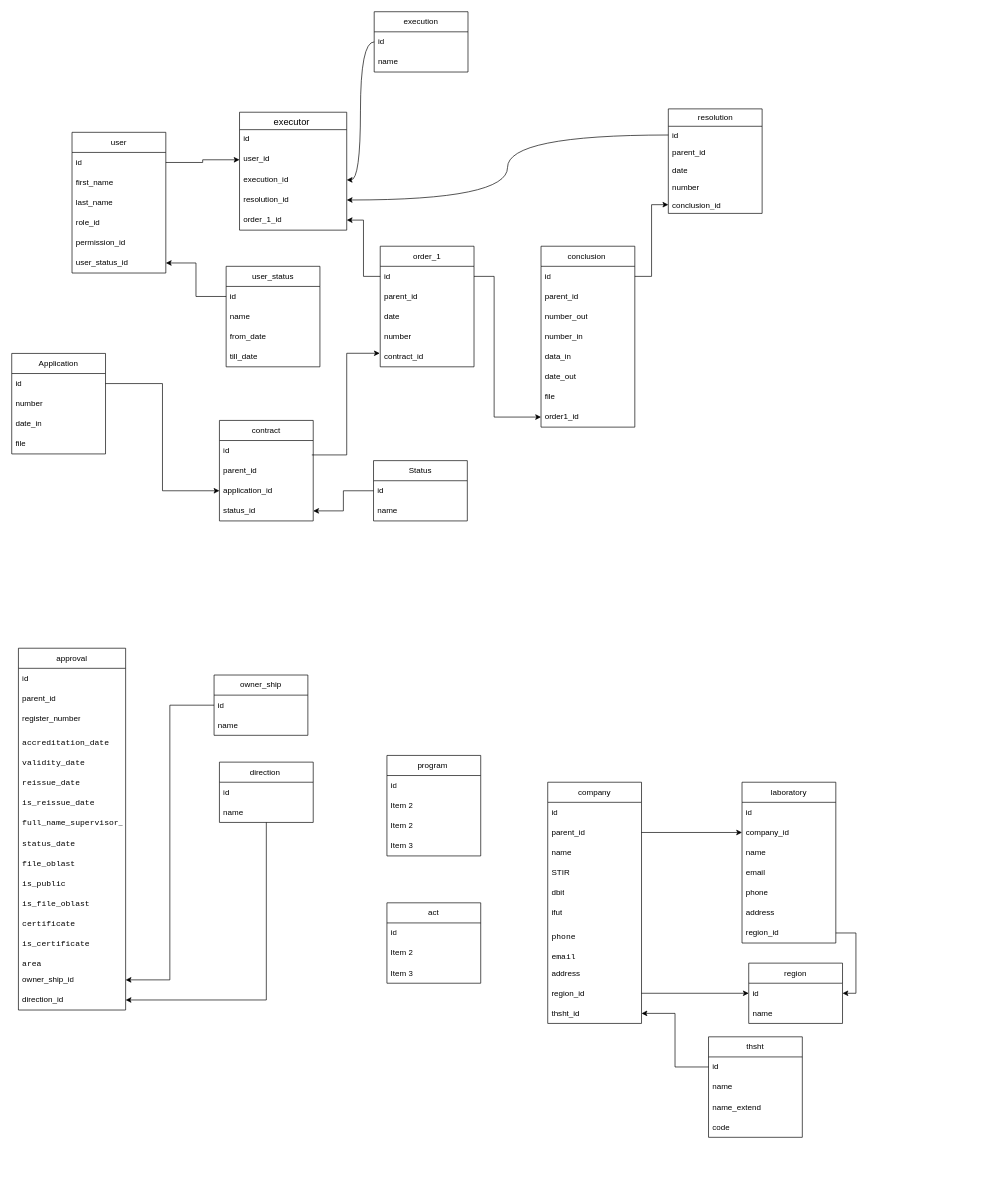
Above: Untitled Diagram.drawio in Javlonbek-dev/Time (draw.io), before the change. Source tidied: cells renumbered, new cells numbered last; positions are measured from the earlier drawing's top-left corner, leaving out a move shared by most shapes. Both pictures are drawn from the tidied source at 67%, with x=0, y=0 at pixel (11, 11).
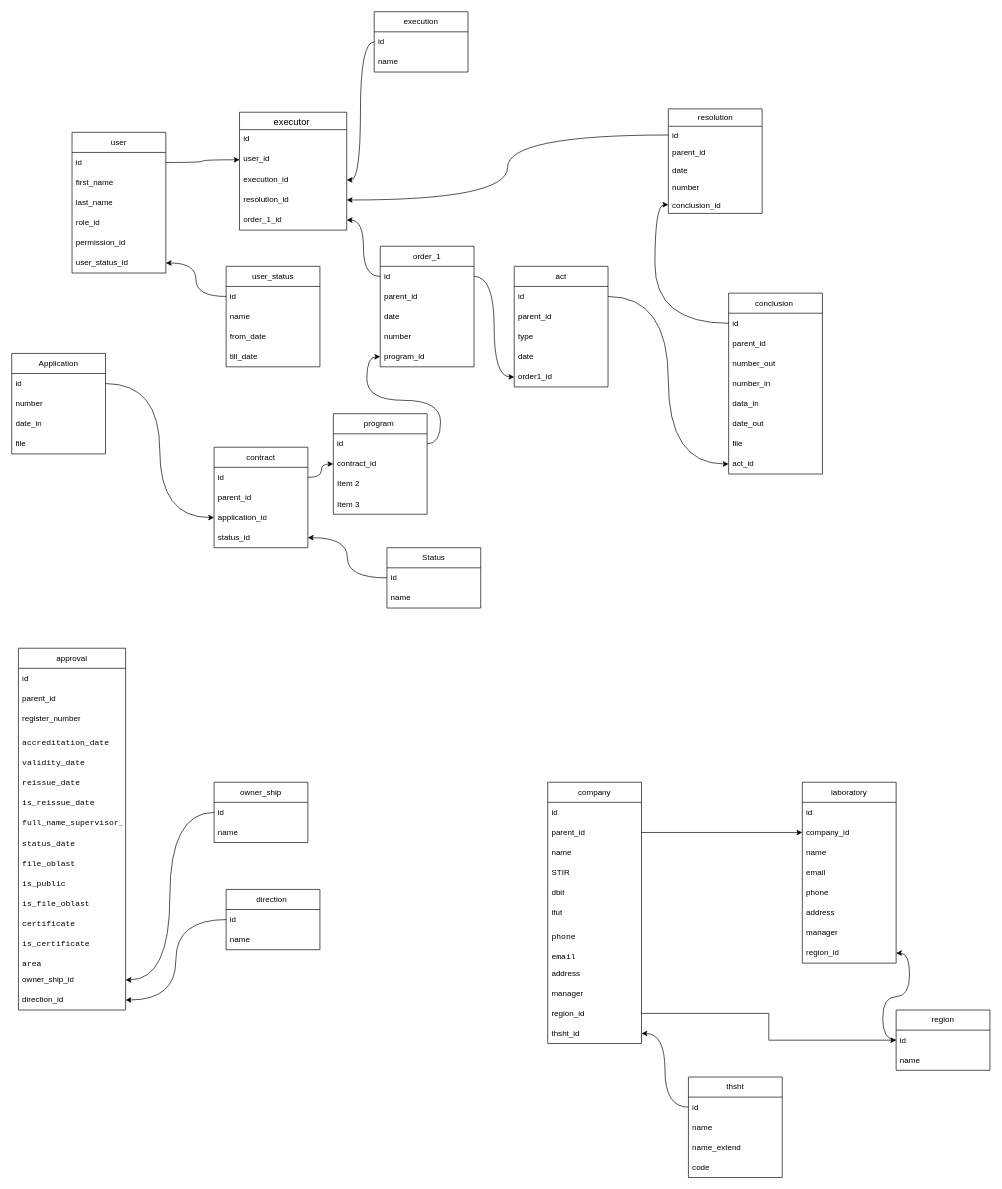
Above is the later version.

The change refers to these unchanged cells:
```xml
<mxCell id="3" value="id" style="text;strokeColor=none;fillColor=none;align=left;verticalAlign=middle;spacingLeft=4;spacingRight=4;overflow=hidden;points=[[0,0.5],[1,0.5]];portConstraint=eastwest;whiteSpace=wrap;html=1;" parent="2" vertex="1">
  <mxGeometry y="30" width="140" height="30" as="geometry" />
</mxCell>
<mxCell id="6" value="id" style="text;strokeColor=none;fillColor=none;align=left;verticalAlign=middle;spacingLeft=4;spacingRight=4;overflow=hidden;points=[[0,0.5],[1,0.5]];portConstraint=eastwest;whiteSpace=wrap;html=1;" parent="5" vertex="1">
  <mxGeometry y="30" width="140" height="30" as="geometry" />
</mxCell>
<mxCell id="11" value="user_status_id" style="text;strokeColor=none;fillColor=none;align=left;verticalAlign=middle;spacingLeft=4;spacingRight=4;overflow=hidden;points=[[0,0.5],[1,0.5]];portConstraint=eastwest;whiteSpace=wrap;html=1;" parent="5" vertex="1">
  <mxGeometry y="180" width="140" height="30" as="geometry" />
</mxCell>
<mxCell id="13" value="id&lt;span style=&quot;white-space: pre;&quot;&gt;&#9;&lt;/span&gt;" style="text;strokeColor=none;fillColor=none;align=left;verticalAlign=middle;spacingLeft=4;spacingRight=4;overflow=hidden;points=[[0,0.5],[1,0.5]];portConstraint=eastwest;whiteSpace=wrap;html=1;" parent="12" vertex="1">
  <mxGeometry y="30" width="140" height="30" as="geometry" />
</mxCell>
<mxCell id="19" value="id" style="text;strokeColor=none;fillColor=none;align=left;verticalAlign=middle;spacingLeft=4;spacingRight=4;overflow=hidden;points=[[0,0.5],[1,0.5]];portConstraint=eastwest;whiteSpace=wrap;html=1;" parent="18" vertex="1">
  <mxGeometry y="30" width="140" height="30" as="geometry" />
</mxCell>
<mxCell id="24" value="id" style="text;strokeColor=none;fillColor=none;align=left;verticalAlign=middle;spacingLeft=4;spacingRight=4;overflow=hidden;points=[[0,0.5],[1,0.5]];portConstraint=eastwest;whiteSpace=wrap;html=1;" parent="23" vertex="1">
  <mxGeometry y="30" width="140" height="30" as="geometry" />
</mxCell>
<mxCell id="26" value="application_id" style="text;strokeColor=none;fillColor=none;align=left;verticalAlign=middle;spacingLeft=4;spacingRight=4;overflow=hidden;points=[[0,0.5],[1,0.5]];portConstraint=eastwest;whiteSpace=wrap;html=1;" parent="23" vertex="1">
  <mxGeometry y="90" width="140" height="30" as="geometry" />
</mxCell>
<mxCell id="27" value="status_id" style="text;strokeColor=none;fillColor=none;align=left;verticalAlign=middle;spacingLeft=4;spacingRight=4;overflow=hidden;points=[[0,0.5],[1,0.5]];portConstraint=eastwest;whiteSpace=wrap;html=1;" parent="23" vertex="1">
  <mxGeometry y="120" width="140" height="30" as="geometry" />
</mxCell>
<mxCell id="28" value="order_1" style="swimlane;fontStyle=0;horizontal=1;startSize=30;whiteSpace=wrap;html=1;" parent="1" vertex="1">
  <mxGeometry x="550" y="350" width="140" height="180" as="geometry" />
</mxCell>
<mxCell id="29" value="id" style="text;strokeColor=none;fillColor=none;align=left;verticalAlign=middle;spacingLeft=4;spacingRight=4;overflow=hidden;points=[[0,0.5],[1,0.5]];portConstraint=eastwest;whiteSpace=wrap;html=1;" parent="28" vertex="1">
  <mxGeometry y="30" width="140" height="30" as="geometry" />
</mxCell>
<mxCell id="37" value="user_id" style="text;strokeColor=none;fillColor=none;spacingLeft=4;spacingRight=4;overflow=hidden;points=[[0,0.5],[1,0.5]];portConstraint=eastwest;fontSize=12;whiteSpace=wrap;html=1;" parent="35" vertex="1">
  <mxGeometry y="56" width="160" height="30" as="geometry" />
</mxCell>
<mxCell id="40" value="order_1_id" style="text;strokeColor=none;fillColor=none;spacingLeft=4;spacingRight=4;overflow=hidden;points=[[0,0.5],[1,0.5]];portConstraint=eastwest;fontSize=12;whiteSpace=wrap;html=1;" parent="35" vertex="1">
  <mxGeometry y="146" width="160" height="30" as="geometry" />
</mxCell>
<mxCell id="42" value="id" style="text;strokeColor=none;fillColor=none;align=left;verticalAlign=middle;spacingLeft=4;spacingRight=4;overflow=hidden;points=[[0,0.5],[1,0.5]];portConstraint=eastwest;whiteSpace=wrap;html=1;" parent="41" vertex="1">
  <mxGeometry y="30" width="140" height="30" as="geometry" />
</mxCell>
<mxCell id="51" value="id" style="text;strokeColor=none;fillColor=none;align=left;verticalAlign=middle;spacingLeft=4;spacingRight=4;overflow=hidden;points=[[0,0.5],[1,0.5]];portConstraint=eastwest;whiteSpace=wrap;html=1;" parent="50" vertex="1">
  <mxGeometry y="30" width="140" height="30" as="geometry" />
</mxCell>
<mxCell id="54" value="id" style="text;align=left;verticalAlign=middle;spacingLeft=4;spacingRight=4;overflow=hidden;points=[[0,0.5],[1,0.5]];portConstraint=eastwest;whiteSpace=wrap;html=1;" parent="53" vertex="1">
  <mxGeometry y="30" width="140" height="30" as="geometry" />
</mxCell>
<mxCell id="58" value="id" style="text;strokeColor=none;fillColor=none;align=left;verticalAlign=middle;spacingLeft=4;spacingRight=4;overflow=hidden;points=[[0,0.5],[1,0.5]];portConstraint=eastwest;whiteSpace=wrap;html=1;" parent="57" vertex="1">
  <mxGeometry y="30" width="140" height="30" as="geometry" />
</mxCell>
<mxCell id="61" value="id" style="text;strokeColor=none;fillColor=none;align=left;verticalAlign=middle;spacingLeft=4;spacingRight=4;overflow=hidden;points=[[0,0.5],[1,0.5]];portConstraint=eastwest;whiteSpace=wrap;html=1;" parent="60" vertex="1">
  <mxGeometry y="30" width="140" height="30" as="geometry" />
</mxCell>
<mxCell id="90" value="owner_ship_id" style="text;strokeColor=none;fillColor=none;align=left;verticalAlign=middle;spacingLeft=4;spacingRight=4;overflow=hidden;points=[[0,0.5],[1,0.5]];portConstraint=eastwest;whiteSpace=wrap;html=1;" parent="74" vertex="1">
  <mxGeometry y="480" width="160" height="30" as="geometry" />
</mxCell>
<mxCell id="91" value="direction_id" style="text;strokeColor=none;fillColor=none;align=left;verticalAlign=middle;spacingLeft=4;spacingRight=4;overflow=hidden;points=[[0,0.5],[1,0.5]];portConstraint=eastwest;whiteSpace=wrap;html=1;" parent="74" vertex="1">
  <mxGeometry y="510" width="160" height="30" as="geometry" />
</mxCell>
<mxCell id="93" value="id" style="text;align=left;verticalAlign=middle;spacingLeft=4;spacingRight=4;overflow=hidden;points=[[0,0.5],[1,0.5]];portConstraint=eastwest;whiteSpace=wrap;html=1;" parent="92" vertex="1">
  <mxGeometry y="30" width="140" height="30" as="geometry" />
</mxCell>
<mxCell id="98" value="id" style="text;align=left;verticalAlign=middle;spacingLeft=4;spacingRight=4;overflow=hidden;points=[[0,0.5],[1,0.5]];portConstraint=eastwest;whiteSpace=wrap;html=1;" parent="97" vertex="1">
  <mxGeometry y="30" width="140" height="30" as="geometry" />
</mxCell>
<mxCell id="127" value="conclusion_id" style="text;strokeColor=none;fillColor=none;align=left;verticalAlign=top;spacingLeft=4;spacingRight=4;overflow=hidden;points=[[0,0.5],[1,0.5]];portConstraint=eastwest;whiteSpace=wrap;html=1;" parent="122" vertex="1">
  <mxGeometry y="130" width="140" height="26" as="geometry" />
</mxCell>
```

The edit, as a diff of the source:
```diff
@@
     <mxCell id="2" value="Status" style="swimlane;fontStyle=0;horizontal=1;startSize=30;whiteSpace=wrap;html=1;" parent="1" vertex="1">
-      <mxGeometry x="540" y="670" width="140" height="90" as="geometry" />
+      <mxGeometry x="560" y="800" width="140" height="90" as="geometry" />
     </mxCell>
@@
-    <mxCell id="17" style="edgeStyle=orthogonalEdgeStyle;rounded=0;jettySize=auto;html=1;entryX=1;entryY=0.5;entryDx=0;entryDy=0;" parent="1" edge="1" source="13" target="11">
-      <mxGeometry relative="1" as="geometry" />
-    </mxCell>
@@
     <mxCell id="23" value="contract" style="swimlane;fontStyle=0;horizontal=1;startSize=30;whiteSpace=wrap;html=1;" parent="1" vertex="1">
-      <mxGeometry x="310" y="610" width="140" height="150" as="geometry" />
+      <mxGeometry x="302" y="650" width="140" height="150" as="geometry" />
     </mxCell>
@@
-    <mxCell id="33" value="contract_id" style="text;strokeColor=none;fillColor=none;align=left;verticalAlign=middle;spacingLeft=4;spacingRight=4;overflow=hidden;points=[[0,0.5],[1,0.5]];portConstraint=eastwest;whiteSpace=wrap;html=1;" parent="28" vertex="1">
+    <mxCell id="33" value="program_id" style="text;strokeColor=none;fillColor=none;align=left;verticalAlign=middle;spacingLeft=4;spacingRight=4;overflow=hidden;points=[[0,0.5],[1,0.5]];portConstraint=eastwest;whiteSpace=wrap;html=1;" parent="28" vertex="1">
       <mxGeometry y="150" width="140" height="30" as="geometry" />
     </mxCell>
-    <mxCell id="34" style="edgeStyle=orthogonalEdgeStyle;rounded=0;jettySize=auto;html=1;entryX=-0.005;entryY=0.326;entryDx=0;entryDy=0;entryPerimeter=0;exitX=0.985;exitY=0.717;exitDx=0;exitDy=0;exitPerimeter=0;" parent="1" edge="1" source="24" target="33">
-      <mxGeometry relative="1" as="geometry" />
-    </mxCell>
@@
     <mxCell id="41" value="conclusion&amp;nbsp;" style="swimlane;fontStyle=0;horizontal=1;startSize=30;whiteSpace=wrap;html=1;" parent="1" vertex="1">
-      <mxGeometry x="790" y="350" width="140" height="270" as="geometry" />
+      <mxGeometry x="1070" y="420" width="140" height="270" as="geometry" />
     </mxCell>
@@
-    <mxCell id="49" value="order1_id" style="text;strokeColor=none;fillColor=none;align=left;verticalAlign=middle;spacingLeft=4;spacingRight=4;overflow=hidden;points=[[0,0.5],[1,0.5]];portConstraint=eastwest;whiteSpace=wrap;html=1;" parent="41" vertex="1">
+    <mxCell id="49" value="act_id" style="text;strokeColor=none;fillColor=none;align=left;verticalAlign=middle;spacingLeft=4;spacingRight=4;overflow=hidden;points=[[0,0.5],[1,0.5]];portConstraint=eastwest;whiteSpace=wrap;html=1;" parent="41" vertex="1">
       <mxGeometry y="240" width="140" height="30" as="geometry" />
     </mxCell>
     <mxCell id="50" value="region" style="swimlane;fontStyle=0;horizontal=1;startSize=30;whiteSpace=wrap;html=1;" parent="1" vertex="1">
-      <mxGeometry x="1100" y="1420" width="140" height="90" as="geometry" />
+      <mxGeometry x="1320" y="1490" width="140" height="90" as="geometry" />
     </mxCell>
@@
     <mxCell id="53" value="owner_ship" style="swimlane;fontStyle=0;horizontal=1;startSize=30;whiteSpace=wrap;html=1;" parent="1" vertex="1">
-      <mxGeometry x="302" y="990" width="140" height="90" as="geometry" />
+      <mxGeometry x="302" y="1150" width="140" height="90" as="geometry" />
     </mxCell>
@@
-    <mxCell id="56" style="edgeStyle=orthogonalEdgeStyle;rounded=0;jettySize=auto;html=1;entryX=1;entryY=0.5;entryDx=0;entryDy=0;" parent="1" edge="1" source="57" target="91">
-      <mxGeometry relative="1" as="geometry" />
-    </mxCell>
     <mxCell id="57" value="direction&amp;nbsp;" style="swimlane;fontStyle=0;horizontal=1;startSize=30;whiteSpace=wrap;html=1;" parent="1" vertex="1">
-      <mxGeometry x="310" y="1120" width="140" height="90" as="geometry" />
+      <mxGeometry x="320" y="1310" width="140" height="90" as="geometry" />
     </mxCell>
@@
     <mxCell id="60" value="thsht" style="swimlane;fontStyle=0;horizontal=1;startSize=30;whiteSpace=wrap;html=1;" parent="1" vertex="1">
-      <mxGeometry x="1040" y="1530" width="140" height="150" as="geometry" />
+      <mxGeometry x="1010" y="1590" width="140" height="150" as="geometry" />
     </mxCell>
@@
-    <mxCell id="65" style="edgeStyle=orthogonalEdgeStyle;rounded=0;jettySize=auto;html=1;" parent="1" edge="1" source="61" target="112">
-      <mxGeometry relative="1" as="geometry" />
-    </mxCell>
     <mxCell id="66" value="laboratory" style="swimlane;fontStyle=0;horizontal=1;startSize=30;whiteSpace=wrap;html=1;" parent="1" vertex="1">
-      <mxGeometry x="1090" y="1150" width="140" height="240" as="geometry" />
+      <mxGeometry x="1180" y="1150" width="140" height="270" as="geometry" />
     </mxCell>
@@
+    <mxCell id="134" value="manager" style="text;strokeColor=none;fillColor=none;align=left;verticalAlign=middle;spacingLeft=4;spacingRight=4;overflow=hidden;whiteSpace=wrap;html=1;" parent="66" vertex="1">
+      <mxGeometry y="210" width="140" height="30" as="geometry" />
+    </mxCell>
     <mxCell id="73" value="region_id" style="text;strokeColor=none;fillColor=none;align=left;verticalAlign=middle;spacingLeft=4;spacingRight=4;overflow=hidden;points=[[0,0.5],[1,0.5]];portConstraint=eastwest;whiteSpace=wrap;html=1;" parent="66" vertex="1">
-      <mxGeometry y="210" width="140" height="30" as="geometry" />
+      <mxGeometry y="240" width="140" height="30" as="geometry" />
     </mxCell>
@@
     <mxCell id="92" value="program&amp;nbsp;" style="swimlane;fontStyle=0;horizontal=1;startSize=30;whiteSpace=wrap;html=1;" parent="1" vertex="1">
-      <mxGeometry x="560" y="1110" width="140" height="150" as="geometry" />
+      <mxGeometry x="480" y="600" width="140" height="150" as="geometry" />
     </mxCell>
@@
-    <mxCell id="94" value="Item 2" style="text;align=left;verticalAlign=middle;spacingLeft=4;spacingRight=4;overflow=hidden;points=[[0,0.5],[1,0.5]];portConstraint=eastwest;whiteSpace=wrap;html=1;" parent="92" vertex="1">
+    <mxCell id="94" value="contract_id" style="text;align=left;verticalAlign=middle;spacingLeft=4;spacingRight=4;overflow=hidden;points=[[0,0.5],[1,0.5]];portConstraint=eastwest;whiteSpace=wrap;html=1;" parent="92" vertex="1">
       <mxGeometry y="60" width="140" height="30" as="geometry" />
     </mxCell>
@@
     <mxCell id="97" value="act" style="swimlane;fontStyle=0;horizontal=1;startSize=30;whiteSpace=wrap;html=1;" parent="1" vertex="1">
-      <mxGeometry x="560" y="1330" width="140" height="120" as="geometry" />
+      <mxGeometry x="750" y="380" width="140" height="180" as="geometry" />
     </mxCell>
@@
+    <mxCell id="100" value="parent_id" style="text;align=left;verticalAlign=middle;spacingLeft=4;spacingRight=4;overflow=hidden;whiteSpace=wrap;html=1;" parent="97" vertex="1">
+      <mxGeometry y="60" width="140" height="30" as="geometry" />
+    </mxCell>
+    <mxCell id="135" value="type" style="text;align=left;verticalAlign=middle;spacingLeft=4;spacingRight=4;overflow=hidden;whiteSpace=wrap;html=1;" parent="97" vertex="1">
+      <mxGeometry y="90" width="140" height="30" as="geometry" />
+    </mxCell>
+    <mxCell id="136" value="date" style="text;align=left;verticalAlign=middle;spacingLeft=4;spacingRight=4;overflow=hidden;whiteSpace=wrap;html=1;" parent="97" vertex="1">
+      <mxGeometry y="120" width="140" height="30" as="geometry" />
+    </mxCell>
-    <mxCell id="99" value="Item 2" style="text;align=left;verticalAlign=middle;spacingLeft=4;spacingRight=4;overflow=hidden;points=[[0,0.5],[1,0.5]];portConstraint=eastwest;whiteSpace=wrap;html=1;" parent="97" vertex="1">
-      <mxGeometry y="60" width="140" height="30" as="geometry" />
+    <mxCell id="99" value="order1_id" style="text;align=left;verticalAlign=middle;spacingLeft=4;spacingRight=4;overflow=hidden;points=[[0,0.5],[1,0.5]];portConstraint=eastwest;whiteSpace=wrap;html=1;" parent="97" vertex="1">
+      <mxGeometry y="150" width="140" height="30" as="geometry" />
     </mxCell>
-    <mxCell id="100" value="Item 3" style="text;align=left;verticalAlign=middle;spacingLeft=4;spacingRight=4;overflow=hidden;whiteSpace=wrap;html=1;" parent="97" vertex="1">
-      <mxGeometry y="90" width="140" height="30" as="geometry" />
-    </mxCell>
     <mxCell id="101" value="company" style="swimlane;fontStyle=0;horizontal=1;startSize=30;whiteSpace=wrap;html=1;" parent="1" vertex="1">
-      <mxGeometry x="800" y="1150" width="140" height="360" as="geometry" />
+      <mxGeometry x="800" y="1150" width="140" height="390" as="geometry" />
     </mxCell>
@@
+    <mxCell id="137" value="manager" style="text;strokeColor=none;fillColor=none;align=left;verticalAlign=middle;spacingLeft=4;spacingRight=4;overflow=hidden;whiteSpace=wrap;html=1;" parent="101" vertex="1">
+      <mxGeometry y="300" width="140" height="30" as="geometry" />
+    </mxCell>
     <mxCell id="111" value="region_id" style="text;strokeColor=none;fillColor=none;align=left;verticalAlign=middle;spacingLeft=4;spacingRight=4;overflow=hidden;points=[[0,0.5],[1,0.5]];portConstraint=eastwest;whiteSpace=wrap;html=1;" parent="101" vertex="1">
-      <mxGeometry y="300" width="140" height="30" as="geometry" />
+      <mxGeometry y="330" width="140" height="30" as="geometry" />
     </mxCell>
     <mxCell id="112" value="thsht_id" style="text;strokeColor=none;fillColor=none;align=left;verticalAlign=middle;spacingLeft=4;spacingRight=4;overflow=hidden;points=[[0,0.5],[1,0.5]];portConstraint=eastwest;whiteSpace=wrap;html=1;" parent="101" vertex="1">
-      <mxGeometry y="330" width="140" height="30" as="geometry" />
+      <mxGeometry y="360" width="140" height="30" as="geometry" />
     </mxCell>
@@
-    <mxCell id="115" style="edgeStyle=orthogonalEdgeStyle;rounded=0;jettySize=auto;html=1;entryX=1;entryY=0.5;entryDx=0;entryDy=0;" parent="1" edge="1" source="73" target="51">
-      <mxGeometry relative="1" as="geometry" />
-    </mxCell>
-    <mxCell id="116" style="edgeStyle=orthogonalEdgeStyle;rounded=0;jettySize=auto;html=1;entryX=0;entryY=0.5;entryDx=0;entryDy=0;" parent="1" edge="1" source="6" target="37">
-      <mxGeometry relative="1" as="geometry" />
-    </mxCell>
-    <mxCell id="117" style="edgeStyle=orthogonalEdgeStyle;rounded=0;jettySize=auto;html=1;entryX=0;entryY=0.5;entryDx=0;entryDy=0;" parent="1" edge="1" source="19" target="26">
-      <mxGeometry relative="1" as="geometry" />
-    </mxCell>
-    <mxCell id="118" style="edgeStyle=orthogonalEdgeStyle;rounded=0;jettySize=auto;html=1;entryX=1;entryY=0.5;entryDx=0;entryDy=0;" parent="1" edge="1" source="29" target="40">
-      <mxGeometry relative="1" as="geometry" />
-    </mxCell>
-    <mxCell id="119" style="edgeStyle=orthogonalEdgeStyle;rounded=0;jettySize=auto;html=1;" parent="1" edge="1" source="3" target="27">
-      <mxGeometry relative="1" as="geometry" />
-    </mxCell>
-    <mxCell id="120" style="edgeStyle=orthogonalEdgeStyle;rounded=0;jettySize=auto;html=1;entryX=0;entryY=0.5;entryDx=0;entryDy=0;" parent="1" edge="1" source="29" target="49">
-      <mxGeometry relative="1" as="geometry">
-        <Array as="points">
-          <mxPoint x="720" y="395" />
-          <mxPoint x="720" y="605" />
-        </Array>
-      </mxGeometry>
-    </mxCell>
-    <mxCell id="121" style="edgeStyle=orthogonalEdgeStyle;rounded=0;jettySize=auto;html=1;entryX=1;entryY=0.5;entryDx=0;entryDy=0;" parent="1" edge="1" source="54" target="90">
-      <mxGeometry relative="1" as="geometry" />
-    </mxCell>
@@
-    <mxCell id="128" style="edgeStyle=orthogonalEdgeStyle;rounded=0;jettySize=auto;html=1;entryX=0;entryY=0.5;entryDx=0;entryDy=0;" parent="1" edge="1" source="42" target="127">
-      <mxGeometry relative="1" as="geometry" />
-    </mxCell>
@@
+    <mxCell id="138" style="edgeStyle=orthogonalEdgeStyle;curved=1;rounded=0;jettySize=auto;html=1;entryX=0;entryY=0.5;entryDx=0;entryDy=0;" parent="1" edge="1" source="29" target="99">
+      <mxGeometry relative="1" as="geometry" />
+    </mxCell>
+    <mxCell id="139" style="edgeStyle=orthogonalEdgeStyle;curved=1;rounded=0;jettySize=auto;html=1;entryX=0;entryY=0.5;entryDx=0;entryDy=0;" parent="1" edge="1" source="24" target="94">
+      <mxGeometry relative="1" as="geometry" />
+    </mxCell>
+    <mxCell id="140" style="edgeStyle=orthogonalEdgeStyle;curved=1;rounded=0;jettySize=auto;html=1;entryX=0;entryY=0.5;entryDx=0;entryDy=0;" parent="1" edge="1" source="93" target="33">
+      <mxGeometry relative="1" as="geometry" />
+    </mxCell>
+    <mxCell id="141" style="edgeStyle=orthogonalEdgeStyle;curved=1;rounded=0;jettySize=auto;html=1;" parent="1" edge="1" source="98" target="49">
+      <mxGeometry relative="1" as="geometry" />
+    </mxCell>
+    <mxCell id="128" style="edgeStyle=orthogonalEdgeStyle;curved=1;rounded=0;jettySize=auto;html=1;entryX=0;entryY=0.5;entryDx=0;entryDy=0;" parent="1" edge="1" source="42" target="127">
+      <mxGeometry relative="1" as="geometry" />
+    </mxCell>
+    <mxCell id="119" style="edgeStyle=orthogonalEdgeStyle;curved=1;rounded=0;jettySize=auto;html=1;" parent="1" edge="1" source="3" target="27">
+      <mxGeometry relative="1" as="geometry" />
+    </mxCell>
+    <mxCell id="117" style="edgeStyle=orthogonalEdgeStyle;curved=1;rounded=0;jettySize=auto;html=1;" parent="1" edge="1" source="19" target="26">
+      <mxGeometry relative="1" as="geometry" />
+    </mxCell>
+    <mxCell id="17" style="edgeStyle=orthogonalEdgeStyle;curved=1;rounded=0;jettySize=auto;html=1;entryX=1;entryY=0.5;entryDx=0;entryDy=0;" parent="1" edge="1" source="13" target="11">
+      <mxGeometry relative="1" as="geometry" />
+    </mxCell>
+    <mxCell id="116" style="edgeStyle=orthogonalEdgeStyle;curved=1;rounded=0;jettySize=auto;html=1;entryX=0;entryY=0.5;entryDx=0;entryDy=0;" parent="1" edge="1" source="6" target="37">
+      <mxGeometry relative="1" as="geometry" />
+    </mxCell>
+    <mxCell id="118" style="edgeStyle=orthogonalEdgeStyle;curved=1;rounded=0;jettySize=auto;html=1;entryX=1;entryY=0.5;entryDx=0;entryDy=0;" parent="1" edge="1" source="29" target="40">
+      <mxGeometry relative="1" as="geometry" />
+    </mxCell>
+    <mxCell id="142" style="edgeStyle=orthogonalEdgeStyle;curved=1;rounded=0;jettySize=auto;html=1;" parent="1" edge="1" source="58" target="91">
+      <mxGeometry relative="1" as="geometry" />
+    </mxCell>
+    <mxCell id="121" style="edgeStyle=orthogonalEdgeStyle;curved=1;rounded=0;jettySize=auto;html=1;" parent="1" edge="1" source="54" target="90">
+      <mxGeometry relative="1" as="geometry" />
+    </mxCell>
+    <mxCell id="143" style="edgeStyle=orthogonalEdgeStyle;curved=1;rounded=0;jettySize=auto;html=1;entryX=1;entryY=0.5;entryDx=0;entryDy=0;" parent="1" edge="1" source="51" target="73">
+      <mxGeometry relative="1" as="geometry" />
+    </mxCell>
+    <mxCell id="65" style="edgeStyle=orthogonalEdgeStyle;curved=1;rounded=0;jettySize=auto;html=1;entryX=1;entryY=0.5;entryDx=0;entryDy=0;" parent="1" edge="1" source="61" target="112">
+      <mxGeometry relative="1" as="geometry" />
+    </mxCell>
```
